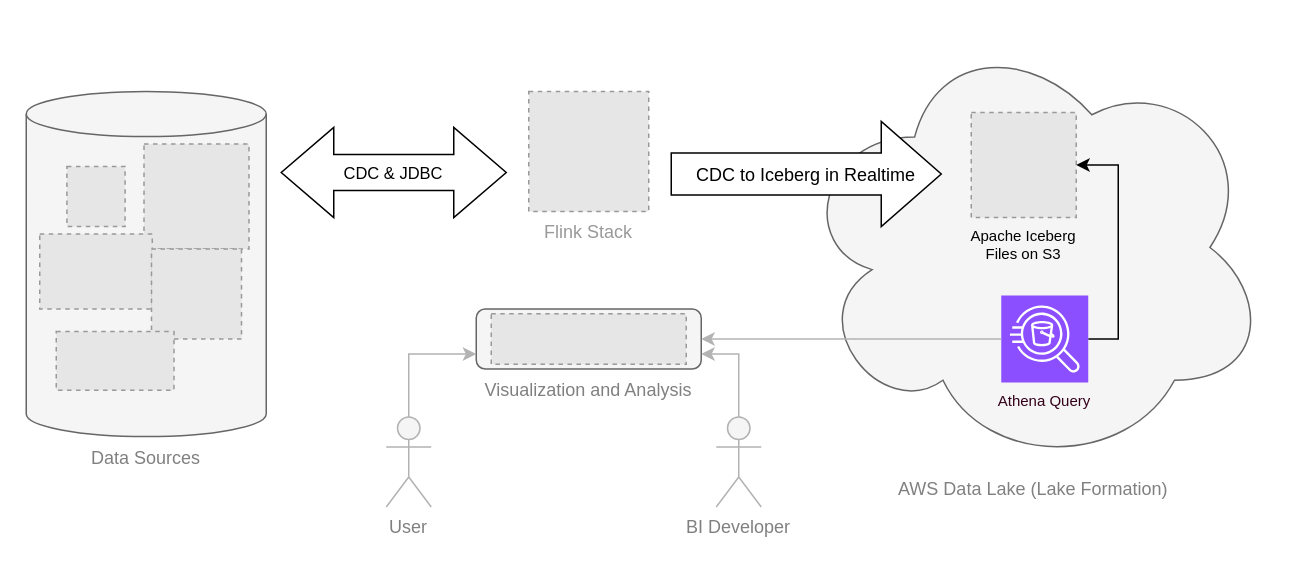
This is page "flink-stack-quick" (3 of 4) of docs/Lake.drawio from seanhig/flink-stack, a draw.io file, before an edit. Source tidied: cells renumbered, new cells numbered last; positions are measured from the earlier drawing's top-left corner, leaving out a move shared by most shapes. Both pictures are drawn from the tidied source at 150%, with x=0, y=0 at pixel (26, 26). Pictures stored in the file or linked from it are replaced by grey dashed boxes.
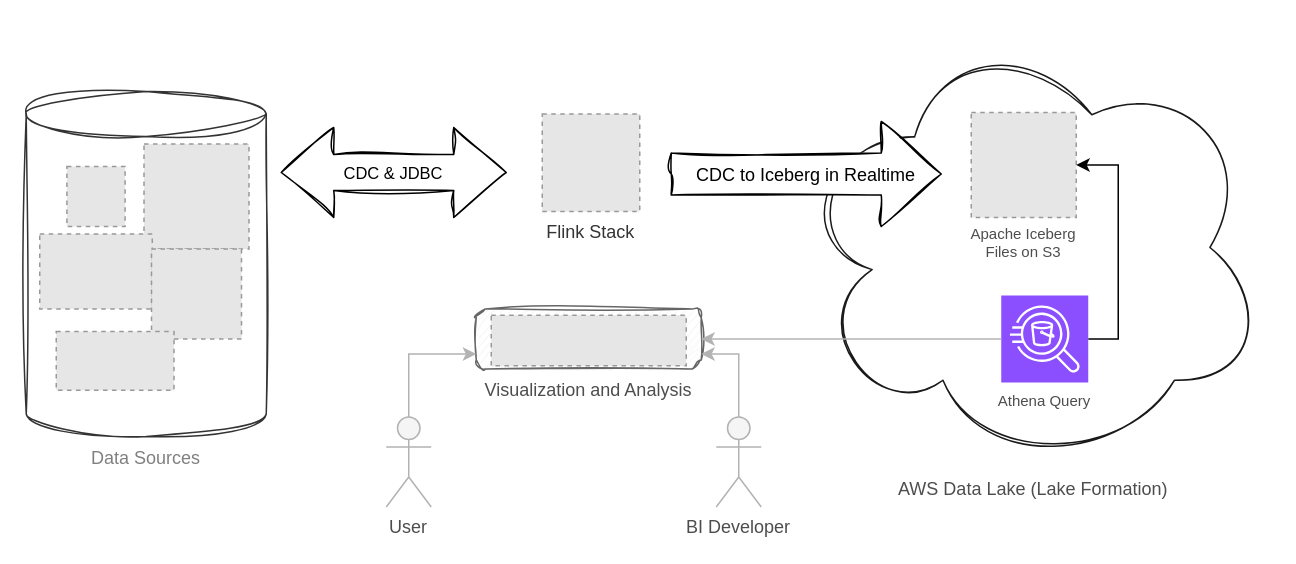
Above is the later version.

What changed in the source:
```diff
@@
-    <mxCell id="2" value="Data Sources" style="shape=cylinder3;whiteSpace=wrap;boundedLbl=1;backgroundOutline=1;size=15;fillColor=#f5f5f5;fontColor=#808080;strokeColor=#666666;labelPosition=center;verticalLabelPosition=bottom;align=center;verticalAlign=top;fontFamily=Helvetica;fontStyle=0;" parent="1" vertex="1">
+    <mxCell id="2" value="Data Sources" style="shape=cylinder3;whiteSpace=wrap;boundedLbl=1;backgroundOutline=1;size=15;fillColor=none;fontColor=#808080;strokeColor=#333333;labelPosition=center;verticalLabelPosition=bottom;align=center;verticalAlign=top;fontFamily=Helvetica;fontStyle=0;sketch=1;curveFitting=1;jiggle=2;fillStyle=solid;" parent="1" vertex="1">
       <mxGeometry y="43.5" width="160" height="230" as="geometry" />
     </mxCell>
-    <mxCell id="3" value="AWS Data Lake (Lake Formation)" style="ellipse;shape=cloud;whiteSpace=wrap;fillColor=#f5f5f5;fontColor=#808080;strokeColor=#666666;labelPosition=center;verticalLabelPosition=bottom;align=center;verticalAlign=top;fontFamily=Helvetica;fontStyle=0;" parent="1" vertex="1">
+    <mxCell id="3" value="AWS Data Lake (Lake Formation)" style="ellipse;shape=cloud;whiteSpace=wrap;labelPosition=center;verticalLabelPosition=bottom;align=center;verticalAlign=top;fontFamily=Helvetica;fontStyle=0;fillColor=none;fontColor=#4D4D4D;sketch=1;curveFitting=1;jiggle=2;strokeColor=#1A1A1A;" parent="1" vertex="1">
       <mxGeometry x="513.5" width="315" height="295" as="geometry" />
     </mxCell>
-    <mxCell id="4" value="Apache Iceberg&#10;Files on S3" style="fillColor=#E6E6E6;strokeColor=#999999;dashed=1;labelPosition=center;verticalLabelPosition=bottom;align=center;verticalAlign=top;fontFamily=Helvetica;fontColor=#000000;fontStyle=0;fontSize=10;" parent="1" vertex="1">
+    <mxCell id="4" value="Apache Iceberg&#10;Files on S3" style="fillColor=#E6E6E6;strokeColor=#999999;dashed=1;labelPosition=center;verticalLabelPosition=bottom;align=center;verticalAlign=top;fontFamily=Helvetica;fontColor=#4D4D4D;fontStyle=0;fontSize=10;labelBackgroundColor=none;spacing=1.9999999999999991;" parent="1" vertex="1">
       <mxGeometry x="630" y="57.5" width="70" height="70" as="geometry" />
     </mxCell>
@@
-    <mxCell id="6" value="Athena Query" style="sketch=0;points=[[0,0,0],[0.25,0,0],[0.5,0,0],[0.75,0,0],[1,0,0],[0,1,0],[0.25,1,0],[0.5,1,0],[0.75,1,0],[1,1,0],[0,0.25,0],[0,0.5,0],[0,0.75,0],[1,0.25,0],[1,0.5,0],[1,0.75,0]];outlineConnect=0;fontColor=#33001A;fillColor=#8C4FFF;strokeColor=#ffffff;dashed=0;verticalLabelPosition=bottom;verticalAlign=top;align=center;fontSize=10;fontStyle=0;shape=mxgraph.aws4.resourceIcon;resIcon=mxgraph.aws4.athena;fontFamily=Helvetica;" parent="1" vertex="1">
+    <mxCell id="6" value="Athena Query" style="sketch=0;points=[[0,0,0],[0.25,0,0],[0.5,0,0],[0.75,0,0],[1,0,0],[0,1,0],[0.25,1,0],[0.5,1,0],[0.75,1,0],[1,1,0],[0,0.25,0],[0,0.5,0],[0,0.75,0],[1,0.25,0],[1,0.5,0],[1,0.75,0]];outlineConnect=0;fontColor=#4D4D4D;fillColor=#8C4FFF;strokeColor=#ffffff;dashed=0;verticalLabelPosition=bottom;verticalAlign=top;align=center;fontSize=10;fontStyle=0;shape=mxgraph.aws4.resourceIcon;resIcon=mxgraph.aws4.athena;fontFamily=Helvetica;labelBackgroundColor=none;" parent="1" vertex="1">
       <mxGeometry x="650" y="179.5" width="58" height="58" as="geometry" />
     </mxCell>
-    <mxCell id="7" value="Flink Stack" style="fillColor=#E6E6E6;strokeColor=#999999;dashed=1;labelPosition=center;verticalLabelPosition=bottom;align=center;verticalAlign=top;fontColor=#999999;fontFamily=Helvetica;fontStyle=0;" parent="1" vertex="1">
-      <mxGeometry x="335" y="43.5" width="80" height="80" as="geometry" />
+    <mxCell id="7" value="Flink Stack" style="fillColor=#E6E6E6;strokeColor=#999999;dashed=1;labelPosition=center;verticalLabelPosition=bottom;align=center;verticalAlign=top;fontColor=#333333;fontFamily=Helvetica;fontStyle=0;" parent="1" vertex="1">
+      <mxGeometry x="344" y="58.5" width="65" height="65" as="geometry" />
     </mxCell>
@@
-    <mxCell id="11" style="fillColor=#E6E6E6;strokeColor=#999999;dashed=1;fontFamily=Helvetica;fontStyle=0;" parent="1" vertex="1">
+    <mxCell id="11" style="fillColor=#E6E6E6;strokeColor=#999999;dashed=1;fontFamily=Helvetica;fontStyle=0;labelBackgroundColor=none;" parent="1" vertex="1">
       <mxGeometry x="83.5" y="148.5" width="60" height="60" as="geometry" />
     </mxCell>
@@
-    <mxCell id="13" value="Visualization and Analysis" style="rounded=1;whiteSpace=wrap;labelPosition=center;verticalLabelPosition=bottom;align=center;verticalAlign=top;fillColor=#f5f5f5;strokeColor=#666666;fontFamily=Helvetica;fontStyle=0;fontColor=#808080;" parent="1" vertex="1">
+    <mxCell id="13" value="Visualization and Analysis" style="rounded=1;whiteSpace=wrap;labelPosition=center;verticalLabelPosition=bottom;align=center;verticalAlign=top;fillColor=#f5f5f5;strokeColor=#666666;fontFamily=Helvetica;fontStyle=0;fontColor=#4D4D4D;sketch=1;curveFitting=1;jiggle=2;" parent="1" vertex="1">
       <mxGeometry x="300" y="188.5" width="150" height="40" as="geometry" />
     </mxCell>
-    <mxCell id="14" style="fillColor=#E6E6E6;strokeColor=#999999;dashed=1;fontFamily=Helvetica;fontStyle=0;fontColor=#333333;" parent="1" vertex="1">
-      <mxGeometry x="310" y="191.6" width="130" height="33.8" as="geometry" />
-    </mxCell>
@@
-    <mxCell id="16" style="edgeStyle=orthogonalEdgeStyle;rounded=0;jettySize=auto;html=1;exitX=0.5;exitY=0;exitDx=0;exitDy=0;exitPerimeter=0;entryX=0;entryY=0.75;entryDx=0;entryDy=0;strokeColor=#B3B3B3;fontFamily=Helvetica;fontStyle=0;" parent="1" edge="1" source="17" target="13">
+    <mxCell id="16" style="edgeStyle=orthogonalEdgeStyle;rounded=0;jettySize=auto;html=1;exitX=0.5;exitY=0;exitDx=0;exitDy=0;exitPerimeter=0;entryX=0;entryY=0.75;entryDx=0;entryDy=0;strokeColor=#B3B3B3;fontFamily=Helvetica;fontStyle=0;fontColor=#4D4D4D;" parent="1" edge="1" source="17" target="13">
       <mxGeometry relative="1" as="geometry" />
     </mxCell>
-    <mxCell id="17" value="User" style="shape=umlActor;verticalLabelPosition=bottom;verticalAlign=top;outlineConnect=0;fillColor=#f5f5f5;fontColor=#808080;strokeColor=#B3B3B3;fontFamily=Helvetica;fontStyle=0;" parent="1" vertex="1">
+    <mxCell id="17" value="User" style="shape=umlActor;verticalLabelPosition=bottom;verticalAlign=top;outlineConnect=0;fillColor=#f5f5f5;fontColor=#4D4D4D;strokeColor=#B3B3B3;fontFamily=Helvetica;fontStyle=0;" parent="1" vertex="1">
       <mxGeometry x="240" y="260.5" width="30" height="60" as="geometry" />
     </mxCell>
-    <mxCell id="18" style="edgeStyle=orthogonalEdgeStyle;rounded=0;jettySize=auto;html=1;exitX=0.5;exitY=0;exitDx=0;exitDy=0;exitPerimeter=0;entryX=1;entryY=0.75;entryDx=0;entryDy=0;strokeColor=#B3B3B3;fontFamily=Helvetica;fontStyle=0;" parent="1" edge="1" source="19" target="13">
+    <mxCell id="18" style="edgeStyle=orthogonalEdgeStyle;rounded=0;jettySize=auto;html=1;exitX=0.5;exitY=0;exitDx=0;exitDy=0;exitPerimeter=0;entryX=1;entryY=0.75;entryDx=0;entryDy=0;strokeColor=#B3B3B3;fontFamily=Helvetica;fontStyle=0;fontColor=#4D4D4D;" parent="1" edge="1" source="19" target="13">
       <mxGeometry relative="1" as="geometry" />
     </mxCell>
-    <mxCell id="19" value="BI Developer" style="shape=umlActor;verticalLabelPosition=bottom;verticalAlign=top;outlineConnect=0;fillColor=#f5f5f5;fontColor=#808080;strokeColor=#B3B3B3;fontFamily=Helvetica;fontStyle=0;" parent="1" vertex="1">
+    <mxCell id="19" value="BI Developer" style="shape=umlActor;verticalLabelPosition=bottom;verticalAlign=top;outlineConnect=0;fillColor=#f5f5f5;fontColor=#4D4D4D;strokeColor=#B3B3B3;fontFamily=Helvetica;fontStyle=0;" parent="1" vertex="1">
       <mxGeometry x="460" y="260.5" width="30" height="60" as="geometry" />
     </mxCell>
-    <mxCell id="20" value="CDC &amp; JDBC" style="shadow=0;dashed=0;align=center;verticalAlign=middle;shape=mxgraph.arrows2.twoWayArrow;dy=0.6;dx=35;fontSize=11;" parent="1" vertex="1">
+    <mxCell id="20" value="CDC &amp; JDBC" style="shadow=0;dashed=0;align=center;verticalAlign=middle;shape=mxgraph.arrows2.twoWayArrow;dy=0.6;dx=35;fontSize=11;sketch=1;curveFitting=1;jiggle=2;" parent="1" vertex="1">
       <mxGeometry x="170" y="67.5" width="150" height="60" as="geometry" />
     </mxCell>
-    <mxCell id="21" value="CDC to Iceberg in Realtime" style="shadow=0;dashed=0;align=center;verticalAlign=middle;shape=mxgraph.arrows2.arrow;dy=0.6;dx=40;notch=0;" parent="1" vertex="1">
+    <mxCell id="21" value="CDC to Iceberg in Realtime" style="shadow=0;dashed=0;align=center;verticalAlign=middle;shape=mxgraph.arrows2.arrow;dy=0.6;dx=40;notch=0;sketch=1;curveFitting=1;jiggle=2;" parent="1" vertex="1">
       <mxGeometry x="430" y="63.5" width="180" height="70" as="geometry" />
     </mxCell>
+    <mxCell id="14" style="fillColor=#E6E6E6;strokeColor=#999999;dashed=1;fontFamily=Helvetica;fontStyle=0;fontColor=#E6D0DE;" parent="1" vertex="1">
+      <mxGeometry x="310" y="192.6" width="130" height="33.8" as="geometry" />
+    </mxCell>
```
